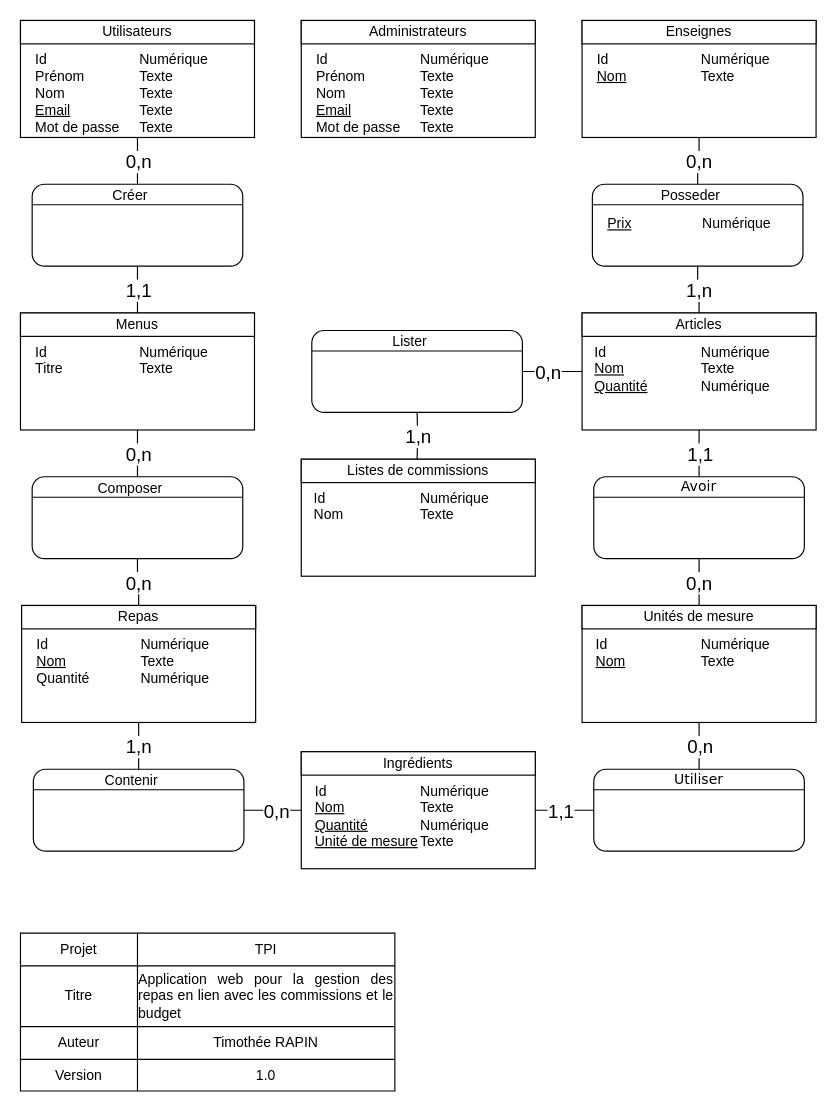
Above: Documentation/MCD-MLD/MCD.drawio in TimotheeRapin/WebAppGestionRepas (draw.io), before the change. Source tidied: cells renumbered, new cells numbered last; positions are measured from the earlier drawing's top-left corner, leaving out a move shared by most shapes. Both pictures are drawn from the tidied source at 117%, with x=0, y=0 at pixel (20, 20).
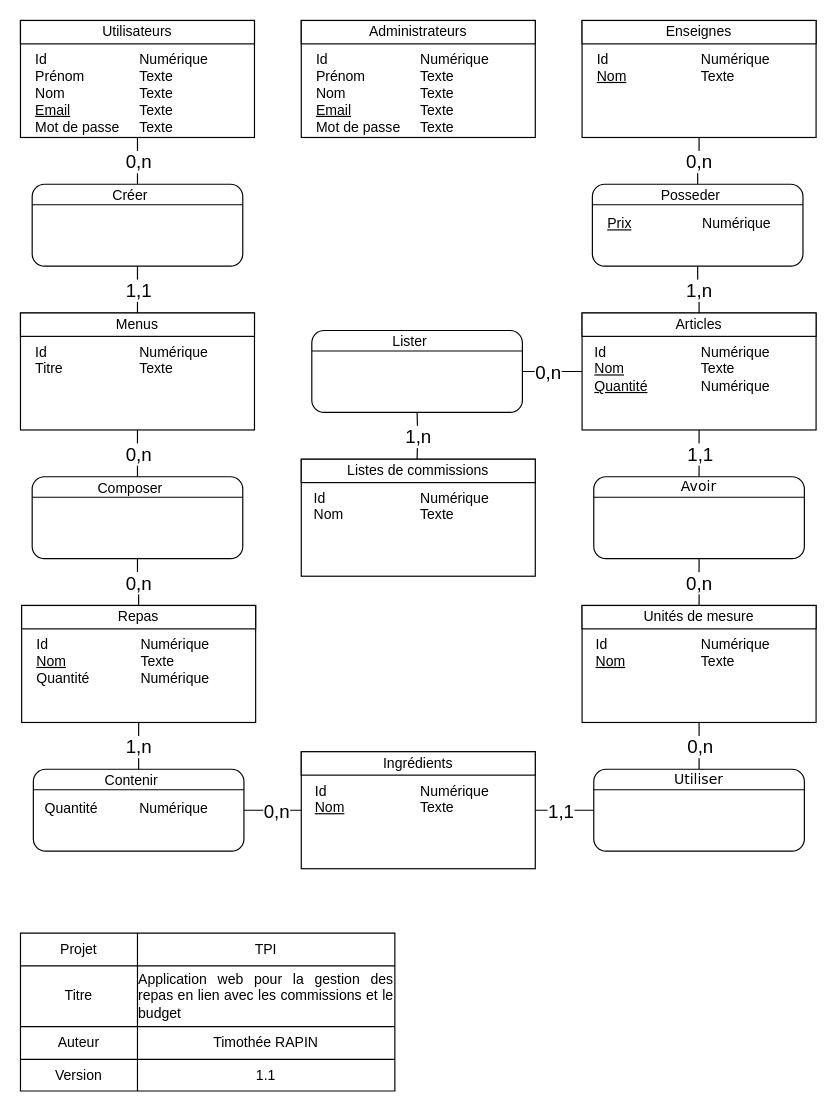
The same page after the edit.

The change refers to these unchanged cells:
```xml
<mxCell id="12" style="shape=partialRectangle;html=1;whiteSpace=wrap;fillColor=none;top=0;left=0;bottom=0;right=0;" parent="2" vertex="1">
  <mxGeometry y="108" width="320" height="27" as="geometry" />
</mxCell>
```

Diff of the diagram source:
```diff
@@
-    <mxCell id="14" value="1.0" style="shape=partialRectangle;html=1;whiteSpace=wrap;overflow=hidden;fillColor=none;top=0;left=0;bottom=0;right=0;" parent="12" vertex="1">
+    <mxCell id="14" value="1.1" style="shape=partialRectangle;html=1;whiteSpace=wrap;overflow=hidden;fillColor=none;top=0;left=0;bottom=0;right=0;" parent="12" vertex="1">
       <mxGeometry x="100" width="220" height="27" as="geometry" />
     </mxCell>
@@
-    <mxCell id="44" value="Id&lt;br style=&quot;border-color: var(--border-color);&quot;&gt;&lt;u&gt;Nom&lt;br&gt;Quantité&lt;br&gt;Unité de mesure&lt;br&gt;&lt;/u&gt;" style="text;html=1;strokeColor=none;fillColor=none;align=left;verticalAlign=top;whiteSpace=wrap;rounded=0;" parent="1" vertex="1">
+    <mxCell id="44" value="Id&lt;br style=&quot;border-color: var(--border-color);&quot;&gt;&lt;u&gt;Nom&lt;br&gt;&lt;/u&gt;" style="text;html=1;strokeColor=none;fillColor=none;align=left;verticalAlign=top;whiteSpace=wrap;rounded=0;" parent="1" vertex="1">
       <mxGeometry x="250" y="645" width="91" height="60" as="geometry" />
     </mxCell>
-    <mxCell id="45" value="Numérique&lt;br style=&quot;border-color: var(--border-color);&quot;&gt;Texte&lt;br style=&quot;border-color: var(--border-color);&quot;&gt;Numérique&lt;br&gt;Texte" style="text;html=1;strokeColor=none;fillColor=none;align=left;verticalAlign=top;whiteSpace=wrap;rounded=0;" parent="1" vertex="1">
+    <mxCell id="45" value="Numérique&lt;br style=&quot;border-color: var(--border-color);&quot;&gt;Texte" style="text;html=1;strokeColor=none;fillColor=none;align=left;verticalAlign=top;whiteSpace=wrap;rounded=0;" parent="1" vertex="1">
       <mxGeometry x="340" y="645" width="100" height="50" as="geometry" />
     </mxCell>
@@
+    <mxCell id="100" value="Quantité" style="text;html=1;strokeColor=none;fillColor=none;align=left;verticalAlign=top;whiteSpace=wrap;rounded=0;" parent="1" vertex="1">
+      <mxGeometry x="19" y="660" width="90" height="60" as="geometry" />
+    </mxCell>
+    <mxCell id="101" value="Numérique" style="text;html=1;strokeColor=none;fillColor=none;align=left;verticalAlign=top;whiteSpace=wrap;rounded=0;" parent="1" vertex="1">
+      <mxGeometry x="100" y="660" width="100" height="50" as="geometry" />
+    </mxCell>
```
